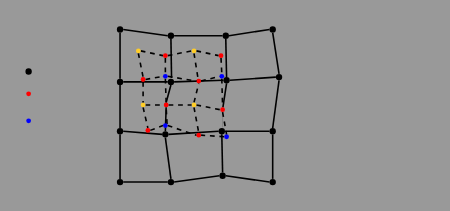
Earlier version of the draw.io diagram GDOC.drawio (killroshan/visio_chart). Source tidied: cells renumbered, new cells numbered last; positions are measured from the earlier drawing's top-left corner, leaving out a move shared by most shapes. Both pictures are drawn from the tidied source at 159%, with x=0, y=0 at pixel (25, 25).
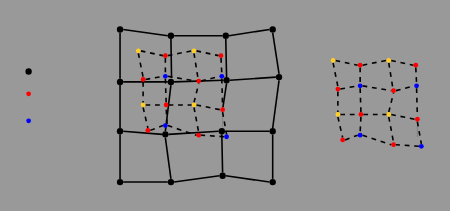
After the change.

The change refers to these unchanged cells:
```xml
<mxCell id="18" style="ellipse;whiteSpace=wrap;html=1;strokeColor=none;fillColor=#000000;" parent="1" vertex="1">
  <mxGeometry x="89" y="33" width="4" height="4" as="geometry" />
</mxCell>
<mxCell id="28" style="ellipse;whiteSpace=wrap;html=1;strokeColor=none;fillColor=#000000;" parent="1" vertex="1">
  <mxGeometry x="85.5" y="66" width="4" height="4" as="geometry" />
</mxCell>
<mxCell id="88" style="ellipse;whiteSpace=wrap;html=1;fillColor=#FF0000;strokeColor=none;" parent="1" vertex="1">
  <mxGeometry x="86.5" y="48" width="3" height="3" as="geometry" />
</mxCell>
```

Diff of the diagram source:
```diff
@@
-    <mxCell id="17" style="rounded=0;jettySize=auto;html=1;exitX=0.5;exitY=1;exitDx=0;exitDy=0;endArrow=none;endFill=0;strokeWidth=1;entryX=0.5;entryY=0;entryDx=0;entryDy=0;" parent="1" edge="1" source="88" target="28">
-      <mxGeometry relative="1" as="geometry" />
-    </mxCell>
@@
+    <mxCell id="89" style="rounded=0;jettySize=auto;html=1;exitX=0.5;exitY=0;exitDx=0;exitDy=0;entryX=0.5;entryY=1;entryDx=0;entryDy=0;endArrow=none;endFill=0;" parent="1" edge="1" source="28" target="18">
+      <mxGeometry relative="1" as="geometry" />
+    </mxCell>
@@
-    <mxCell id="87" style="rounded=0;jettySize=auto;html=1;exitX=0.5;exitY=1;exitDx=0;exitDy=0;endArrow=none;endFill=0;strokeWidth=1;entryX=0.5;entryY=0;entryDx=0;entryDy=0;" parent="1" edge="1" source="18" target="88">
-      <mxGeometry relative="1" as="geometry" />
-    </mxCell>
@@
+    <mxCell id="90" style="rounded=0;jettySize=auto;html=1;exitX=0.5;exitY=1;exitDx=0;exitDy=0;endArrow=none;endFill=0;strokeWidth=1;entryX=0.5;entryY=0;entryDx=0;entryDy=0;dashed=1;" parent="1" edge="1" source="131" target="126">
+      <mxGeometry relative="1" as="geometry" />
+    </mxCell>
+    <mxCell id="91" style="rounded=0;jettySize=auto;html=1;exitX=0.5;exitY=1;exitDx=0;exitDy=0;dashed=1;endArrow=none;endFill=0;strokeWidth=0;" parent="1" edge="1" source="130">
+      <mxGeometry relative="1" as="geometry">
+        <mxPoint x="246" y="69.7" as="targetPoint" />
+      </mxGeometry>
+    </mxCell>
+    <mxCell id="92" style="rounded=0;jettySize=auto;html=1;exitX=1;exitY=0.5;exitDx=0;exitDy=0;entryX=0;entryY=0.5;entryDx=0;entryDy=0;endArrow=none;endFill=0;dashed=1;" parent="1" edge="1" source="94" target="107">
+      <mxGeometry relative="1" as="geometry" />
+    </mxCell>
+    <mxCell id="93" style="rounded=0;jettySize=auto;html=1;exitX=0.5;exitY=1;exitDx=0;exitDy=0;entryX=0.5;entryY=0;entryDx=0;entryDy=0;endArrow=none;endFill=0;dashed=1;" parent="1" edge="1" source="94" target="110">
+      <mxGeometry relative="1" as="geometry" />
+    </mxCell>
+    <mxCell id="94" style="ellipse;whiteSpace=wrap;html=1;strokeColor=none;fillColor=#ffcd28;gradientColor=none;" parent="1" vertex="1">
+      <mxGeometry x="191.5" y="20" width="3" height="3" as="geometry" />
+    </mxCell>
+    <mxCell id="95" style="rounded=0;jettySize=auto;html=1;exitX=1;exitY=0.5;exitDx=0;exitDy=0;entryX=0;entryY=0.5;entryDx=0;entryDy=0;startArrow=none;startFill=0;endArrow=none;endFill=0;dashed=1;" parent="1" edge="1" source="97" target="115">
+      <mxGeometry relative="1" as="geometry" />
+    </mxCell>
+    <mxCell id="96" style="rounded=0;jettySize=auto;html=1;exitX=0.5;exitY=1;exitDx=0;exitDy=0;entryX=0.415;entryY=0.372;entryDx=0;entryDy=0;entryPerimeter=0;endArrow=none;endFill=0;dashed=1;" parent="1" edge="1" source="97" target="112">
+      <mxGeometry relative="1" as="geometry" />
+    </mxCell>
+    <mxCell id="97" style="ellipse;whiteSpace=wrap;html=1;strokeColor=none;fillColor=#ffcd28;gradientColor=none;" parent="1" vertex="1">
+      <mxGeometry x="226.5" y="20" width="3" height="3" as="geometry" />
+    </mxCell>
+    <mxCell id="98" style="rounded=0;jettySize=auto;html=1;exitX=0.5;exitY=1;exitDx=0;exitDy=0;entryX=0.5;entryY=0;entryDx=0;entryDy=0;endArrow=none;endFill=0;dashed=1;" parent="1" edge="1" source="100" target="117">
+      <mxGeometry relative="1" as="geometry" />
+    </mxCell>
+    <mxCell id="99" style="rounded=0;jettySize=auto;html=1;exitX=1;exitY=0.5;exitDx=0;exitDy=0;entryX=0;entryY=0.5;entryDx=0;entryDy=0;endArrow=none;endFill=0;dashed=1;" parent="1" edge="1" source="100" target="131">
+      <mxGeometry relative="1" as="geometry" />
+    </mxCell>
+    <mxCell id="100" style="ellipse;whiteSpace=wrap;html=1;strokeColor=none;fillColor=#ffcd28;gradientColor=none;" parent="1" vertex="1">
+      <mxGeometry x="194.5" y="54" width="3" height="3" as="geometry" />
+    </mxCell>
+    <mxCell id="101" style="rounded=0;jettySize=auto;html=1;exitX=0.5;exitY=0;exitDx=0;exitDy=0;entryX=0.5;entryY=1;entryDx=0;entryDy=0;endArrow=none;endFill=0;dashed=1;" parent="1" edge="1" source="104" target="112">
+      <mxGeometry relative="1" as="geometry" />
+    </mxCell>
+    <mxCell id="102" style="rounded=0;jettySize=auto;html=1;exitX=1;exitY=0.5;exitDx=0;exitDy=0;entryX=0;entryY=0.5;entryDx=0;entryDy=0;endArrow=none;endFill=0;dashed=1;" parent="1" edge="1" source="104" target="130">
+      <mxGeometry relative="1" as="geometry" />
+    </mxCell>
+    <mxCell id="103" style="rounded=0;jettySize=auto;html=1;exitX=0.5;exitY=1;exitDx=0;exitDy=0;entryX=0.5;entryY=0;entryDx=0;entryDy=0;endArrow=none;endFill=0;dashed=1;" parent="1" edge="1" source="104" target="119">
+      <mxGeometry relative="1" as="geometry" />
+    </mxCell>
+    <mxCell id="104" style="ellipse;whiteSpace=wrap;html=1;strokeColor=none;fillColor=#ffcd28;gradientColor=none;" parent="1" vertex="1">
+      <mxGeometry x="226.5" y="54" width="3" height="3" as="geometry" />
+    </mxCell>
+    <mxCell id="105" style="rounded=0;jettySize=auto;html=1;exitX=1;exitY=0.5;exitDx=0;exitDy=0;entryX=0;entryY=0.5;entryDx=0;entryDy=0;endArrow=none;endFill=0;dashed=1;" parent="1" edge="1" source="107" target="97">
+      <mxGeometry relative="1" as="geometry" />
+    </mxCell>
+    <mxCell id="106" style="rounded=0;jettySize=auto;html=1;exitX=0.5;exitY=1;exitDx=0;exitDy=0;entryX=0.5;entryY=0;entryDx=0;entryDy=0;endArrow=none;endFill=0;dashed=1;" parent="1" edge="1" source="107" target="122">
+      <mxGeometry relative="1" as="geometry" />
+    </mxCell>
+    <mxCell id="107" style="ellipse;whiteSpace=wrap;html=1;fillColor=#FF0000;strokeColor=none;" parent="1" vertex="1">
+      <mxGeometry x="208.5" y="23" width="3" height="3" as="geometry" />
+    </mxCell>
+    <mxCell id="108" style="rounded=0;jettySize=auto;html=1;exitX=0.5;exitY=1;exitDx=0;exitDy=0;entryX=0.5;entryY=0;entryDx=0;entryDy=0;endArrow=none;endFill=0;dashed=1;" parent="1" edge="1" source="110" target="100">
+      <mxGeometry relative="1" as="geometry" />
+    </mxCell>
+    <mxCell id="109" style="rounded=0;jettySize=auto;html=1;exitX=1;exitY=0.5;exitDx=0;exitDy=0;entryX=0;entryY=0.5;entryDx=0;entryDy=0;endArrow=none;endFill=0;dashed=1;" parent="1" edge="1" source="110" target="122">
+      <mxGeometry relative="1" as="geometry" />
+    </mxCell>
+    <mxCell id="110" style="ellipse;whiteSpace=wrap;html=1;fillColor=#FF0000;strokeColor=none;" parent="1" vertex="1">
+      <mxGeometry x="194.5" y="38" width="3" height="3" as="geometry" />
+    </mxCell>
+    <mxCell id="111" style="rounded=0;jettySize=auto;html=1;exitX=1;exitY=0.5;exitDx=0;exitDy=0;entryX=0;entryY=0.5;entryDx=0;entryDy=0;endArrow=none;endFill=0;dashed=1;" parent="1" edge="1" source="112" target="124">
+      <mxGeometry relative="1" as="geometry" />
+    </mxCell>
+    <mxCell id="112" style="ellipse;whiteSpace=wrap;html=1;fillColor=#FF0000;strokeColor=none;" parent="1" vertex="1">
+      <mxGeometry x="229.5" y="39" width="3" height="3" as="geometry" />
+    </mxCell>
+    <mxCell id="113" style="rounded=0;jettySize=auto;html=1;exitX=0.5;exitY=1;exitDx=0;exitDy=0;entryX=0.5;entryY=0;entryDx=0;entryDy=0;endArrow=none;endFill=0;dashed=1;" parent="1" edge="1" source="115" target="124">
+      <mxGeometry relative="1" as="geometry" />
+    </mxCell>
+    <mxCell id="114" style="edgeStyle=orthogonalEdgeStyle;rounded=0;jettySize=auto;html=1;exitX=1;exitY=1;exitDx=0;exitDy=0;" parent="1" edge="1" source="115">
+      <mxGeometry relative="1" as="geometry">
+        <mxPoint x="246" y="25.5" as="targetPoint" />
+      </mxGeometry>
+    </mxCell>
+    <mxCell id="115" style="ellipse;whiteSpace=wrap;html=1;fillColor=#FF0000;strokeColor=none;" parent="1" vertex="1">
+      <mxGeometry x="243.5" y="23" width="3" height="3" as="geometry" />
+    </mxCell>
+    <mxCell id="116" style="rounded=0;jettySize=auto;html=1;exitX=1;exitY=0.5;exitDx=0;exitDy=0;entryX=0;entryY=0.5;entryDx=0;entryDy=0;endArrow=none;endFill=0;dashed=1;" parent="1" edge="1" source="117" target="126">
+      <mxGeometry relative="1" as="geometry" />
+    </mxCell>
+    <mxCell id="117" style="ellipse;whiteSpace=wrap;html=1;fillColor=#FF0000;strokeColor=none;" parent="1" vertex="1">
+      <mxGeometry x="197.5" y="70" width="3" height="3" as="geometry" />
+    </mxCell>
+    <mxCell id="118" style="rounded=0;jettySize=auto;html=1;exitX=1;exitY=0.5;exitDx=0;exitDy=0;entryX=0;entryY=0.5;entryDx=0;entryDy=0;endArrow=none;endFill=0;dashed=1;" parent="1" edge="1" source="131" target="104">
+      <mxGeometry relative="1" as="geometry" />
+    </mxCell>
+    <mxCell id="119" style="ellipse;whiteSpace=wrap;html=1;fillColor=#FF0000;strokeColor=none;" parent="1" vertex="1">
+      <mxGeometry x="229.5" y="73" width="3" height="3" as="geometry" />
+    </mxCell>
+    <mxCell id="120" style="rounded=0;jettySize=auto;html=1;exitX=1;exitY=0.5;exitDx=0;exitDy=0;entryX=0;entryY=0.5;entryDx=0;entryDy=0;endArrow=none;endFill=0;dashed=1;" parent="1" edge="1" source="122" target="112">
+      <mxGeometry relative="1" as="geometry" />
+    </mxCell>
+    <mxCell id="121" style="rounded=0;jettySize=auto;html=1;exitX=0.5;exitY=1;exitDx=0;exitDy=0;entryX=0.5;entryY=0;entryDx=0;entryDy=0;endArrow=none;endFill=0;dashed=1;" parent="1" edge="1" source="122" target="131">
+      <mxGeometry relative="1" as="geometry" />
+    </mxCell>
+    <mxCell id="122" style="ellipse;whiteSpace=wrap;html=1;strokeColor=none;fillColor=#0000FF;" parent="1" vertex="1">
+      <mxGeometry x="208.5" y="36" width="3" height="3" as="geometry" />
+    </mxCell>
+    <mxCell id="123" style="rounded=0;jettySize=auto;html=1;exitX=0.5;exitY=1;exitDx=0;exitDy=0;entryX=0.5;entryY=0;entryDx=0;entryDy=0;endArrow=none;endFill=0;dashed=1;" parent="1" edge="1" source="124" target="130">
+      <mxGeometry relative="1" as="geometry" />
+    </mxCell>
+    <mxCell id="124" style="ellipse;whiteSpace=wrap;html=1;strokeColor=none;fillColor=#0000FF;" parent="1" vertex="1">
+      <mxGeometry x="244" y="36" width="3" height="3" as="geometry" />
+    </mxCell>
+    <mxCell id="125" style="rounded=0;jettySize=auto;html=1;exitX=1;exitY=0.5;exitDx=0;exitDy=0;entryX=0;entryY=0.5;entryDx=0;entryDy=0;endArrow=none;endFill=0;dashed=1;" parent="1" edge="1" source="126" target="119">
+      <mxGeometry relative="1" as="geometry" />
+    </mxCell>
+    <mxCell id="126" style="ellipse;whiteSpace=wrap;html=1;strokeColor=none;fillColor=#0000FF;" parent="1" vertex="1">
+      <mxGeometry x="208.5" y="67" width="3" height="3" as="geometry" />
+    </mxCell>
+    <mxCell id="127" style="rounded=0;jettySize=auto;html=1;exitX=0;exitY=0.5;exitDx=0;exitDy=0;entryX=1;entryY=0.5;entryDx=0;entryDy=0;endArrow=none;endFill=0;dashed=1;" parent="1" edge="1" source="128" target="119">
+      <mxGeometry relative="1" as="geometry" />
+    </mxCell>
+    <mxCell id="128" style="ellipse;whiteSpace=wrap;html=1;strokeColor=none;fillColor=#0000FF;" parent="1" vertex="1">
+      <mxGeometry x="247" y="74" width="3" height="3" as="geometry" />
+    </mxCell>
+    <mxCell id="129" style="rounded=0;jettySize=auto;html=1;exitX=0.5;exitY=1;exitDx=0;exitDy=0;entryX=0.5;entryY=0;entryDx=0;entryDy=0;endArrow=none;endFill=0;dashed=1;" parent="1" edge="1" source="130" target="128">
+      <mxGeometry relative="1" as="geometry" />
+    </mxCell>
+    <mxCell id="130" style="ellipse;whiteSpace=wrap;html=1;fillColor=#FF0000;strokeColor=none;" parent="1" vertex="1">
+      <mxGeometry x="244.5" y="57" width="3" height="3" as="geometry" />
+    </mxCell>
+    <mxCell id="131" style="ellipse;whiteSpace=wrap;html=1;fillColor=#FF0000;strokeColor=none;" parent="1" vertex="1">
+      <mxGeometry x="209" y="54" width="3" height="3" as="geometry" />
+    </mxCell>
```
